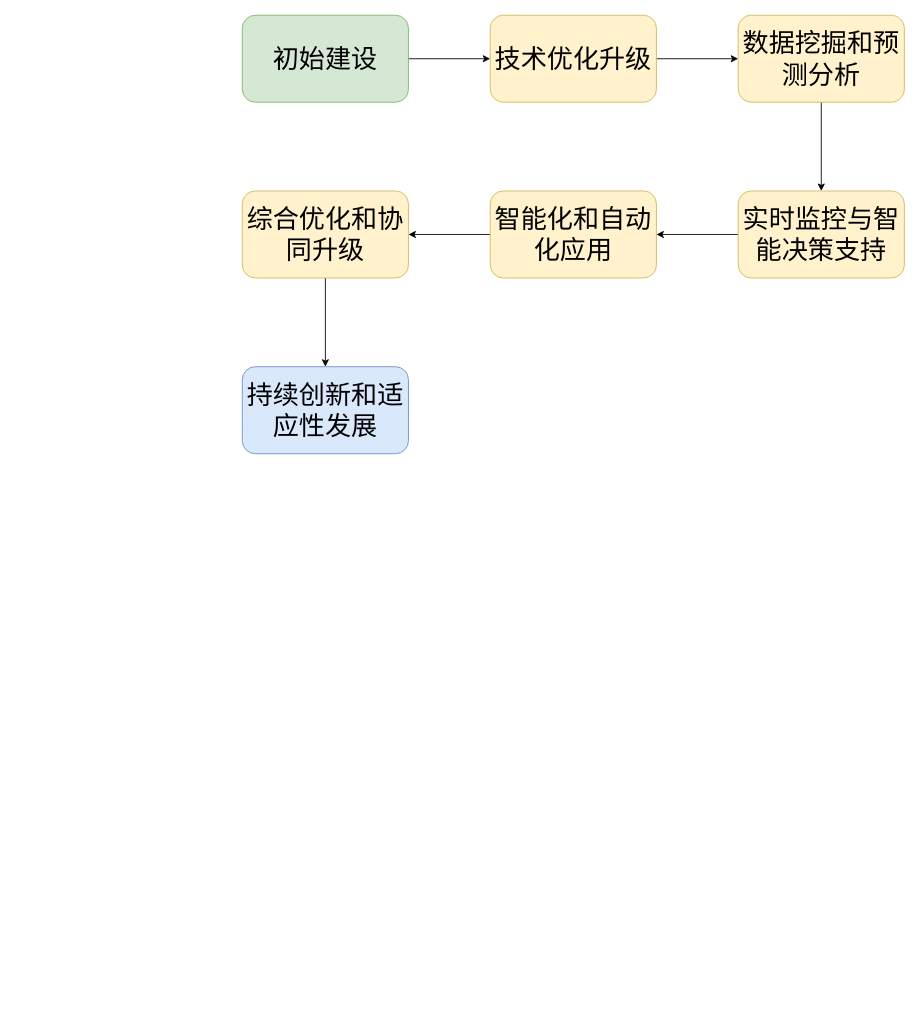
Earlier version of the draw.io diagram 国资央企中期报告.drawio (wan-wer/test). Source tidied: cells renumbered, new cells numbered last; positions are measured from the earlier drawing's top-left corner, leaving out a move shared by most shapes. Both pictures are drawn from the tidied source at 87%, with x=0, y=0 at pixel (242, 15).
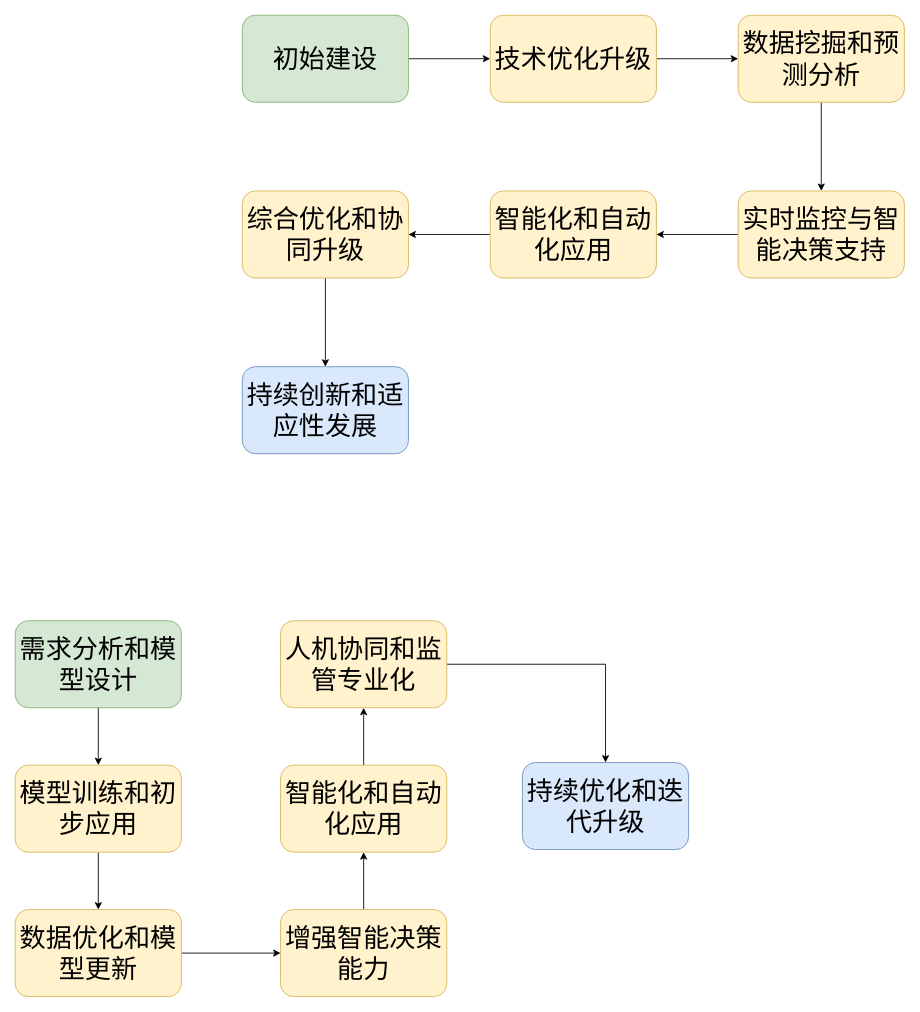
The same page after the edit.

Commit message (it also covers changes not shown here):
更新国资央企中期报告.drawio

The edit, as a diff of the source:
```diff
@@
+    <mxCell id="15" style="edgeStyle=orthogonalEdgeStyle;rounded=0;jettySize=auto;html=1;" parent="1" edge="1" source="16" target="18">
+      <mxGeometry relative="1" as="geometry" />
+    </mxCell>
+    <mxCell id="16" value="&lt;p class=&quot;MsoNormal&quot;&gt;&lt;font style=&quot;font-size: 30px;&quot; face=&quot;宋体&quot;&gt;增强智能决策能力&lt;/font&gt;&lt;/p&gt;" style="rounded=1;whiteSpace=wrap;html=1;fillColor=#fff2cc;strokeColor=#d6b656;" parent="1" vertex="1">
+      <mxGeometry x="44" y="1028" width="191" height="100" as="geometry" />
+    </mxCell>
+    <mxCell id="17" style="edgeStyle=orthogonalEdgeStyle;rounded=0;jettySize=auto;html=1;" parent="1" edge="1" source="18" target="20">
+      <mxGeometry relative="1" as="geometry" />
+    </mxCell>
+    <mxCell id="18" value="&lt;p class=&quot;MsoNormal&quot;&gt;&lt;font style=&quot;font-size: 30px;&quot; face=&quot;宋体&quot;&gt;智能化和自动化应用&lt;/font&gt;&lt;/p&gt;" style="rounded=1;whiteSpace=wrap;html=1;fillColor=#fff2cc;strokeColor=#d6b656;" parent="1" vertex="1">
+      <mxGeometry x="44" y="862" width="191" height="100" as="geometry" />
+    </mxCell>
+    <mxCell id="19" style="edgeStyle=orthogonalEdgeStyle;rounded=0;jettySize=auto;html=1;" parent="1" edge="1" source="20" target="21">
+      <mxGeometry relative="1" as="geometry" />
+    </mxCell>
+    <mxCell id="20" value="&lt;p class=&quot;MsoNormal&quot;&gt;&lt;font style=&quot;font-size: 30px;&quot; face=&quot;宋体&quot;&gt;人机协同和监管专业化&lt;/font&gt;&lt;/p&gt;" style="rounded=1;whiteSpace=wrap;html=1;fillColor=#fff2cc;strokeColor=#d6b656;" parent="1" vertex="1">
+      <mxGeometry x="44" y="696" width="191" height="100" as="geometry" />
+    </mxCell>
+    <mxCell id="21" value="&lt;p class=&quot;MsoNormal&quot;&gt;&lt;font style=&quot;font-size: 30px;&quot; face=&quot;宋体&quot;&gt;持续优化和迭代升级&lt;/font&gt;&lt;/p&gt;" style="rounded=1;whiteSpace=wrap;html=1;fillColor=#dae8fc;strokeColor=#6c8ebf;" parent="1" vertex="1">
+      <mxGeometry x="322" y="859" width="191" height="100" as="geometry" />
+    </mxCell>
+    <mxCell id="22" style="edgeStyle=orthogonalEdgeStyle;rounded=0;jettySize=auto;html=1;" parent="1" edge="1" source="23" target="16">
+      <mxGeometry relative="1" as="geometry" />
+    </mxCell>
+    <mxCell id="23" value="&lt;p class=&quot;MsoNormal&quot;&gt;&lt;font style=&quot;font-size: 30px;&quot; face=&quot;宋体&quot;&gt;数据优化和模型更新&lt;/font&gt;&lt;/p&gt;" style="rounded=1;whiteSpace=wrap;html=1;fillColor=#fff2cc;strokeColor=#d6b656;" parent="1" vertex="1">
+      <mxGeometry x="-261" y="1028" width="191" height="100" as="geometry" />
+    </mxCell>
+    <mxCell id="24" style="edgeStyle=orthogonalEdgeStyle;rounded=0;jettySize=auto;html=1;entryX=0.5;entryY=0;entryDx=0;entryDy=0;" parent="1" edge="1" source="25" target="23">
+      <mxGeometry relative="1" as="geometry" />
+    </mxCell>
+    <mxCell id="25" value="&lt;p class=&quot;MsoNormal&quot;&gt;&lt;font style=&quot;font-size: 30px;&quot; face=&quot;宋体&quot;&gt;模型训练和初步应用&lt;/font&gt;&lt;/p&gt;" style="rounded=1;whiteSpace=wrap;html=1;fillColor=#fff2cc;strokeColor=#d6b656;" parent="1" vertex="1">
+      <mxGeometry x="-261" y="862" width="191" height="100" as="geometry" />
+    </mxCell>
+    <mxCell id="26" style="edgeStyle=orthogonalEdgeStyle;rounded=0;jettySize=auto;html=1;" parent="1" edge="1" source="27" target="25">
+      <mxGeometry relative="1" as="geometry" />
+    </mxCell>
+    <mxCell id="27" value="&lt;p class=&quot;MsoNormal&quot;&gt;&lt;font style=&quot;font-size: 30px;&quot; face=&quot;宋体&quot;&gt;需求分析和模型设计&lt;/font&gt;&lt;/p&gt;" style="rounded=1;whiteSpace=wrap;html=1;fillColor=#d5e8d4;strokeColor=#82b366;" parent="1" vertex="1">
+      <mxGeometry x="-261" y="696" width="191" height="100" as="geometry" />
+    </mxCell>
```
